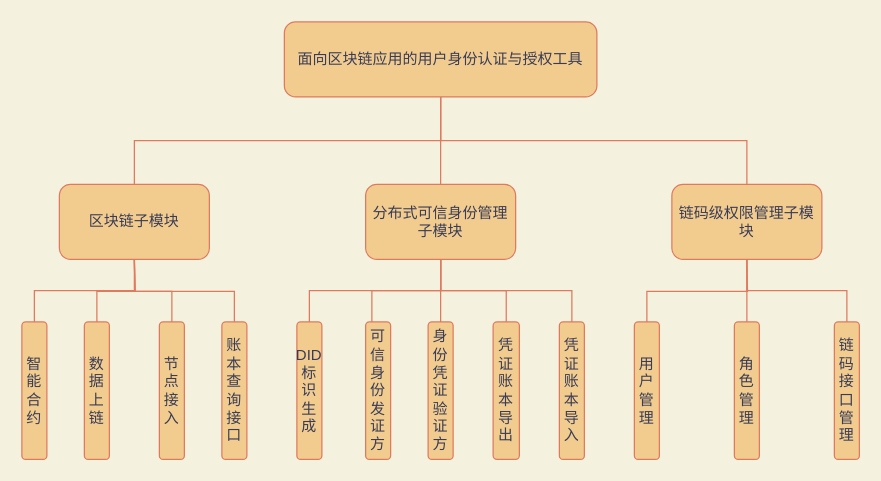
This is 系统模块图.drawio from doubleBeans/doubleBeans, a draw.io file, before an edit. Source tidied: cells renumbered, new cells numbered last; positions are measured from the earlier drawing's top-left corner, leaving out a move shared by most shapes. Both pictures are drawn from the tidied source at 125%, with x=0, y=0 at pixel (21, 21).
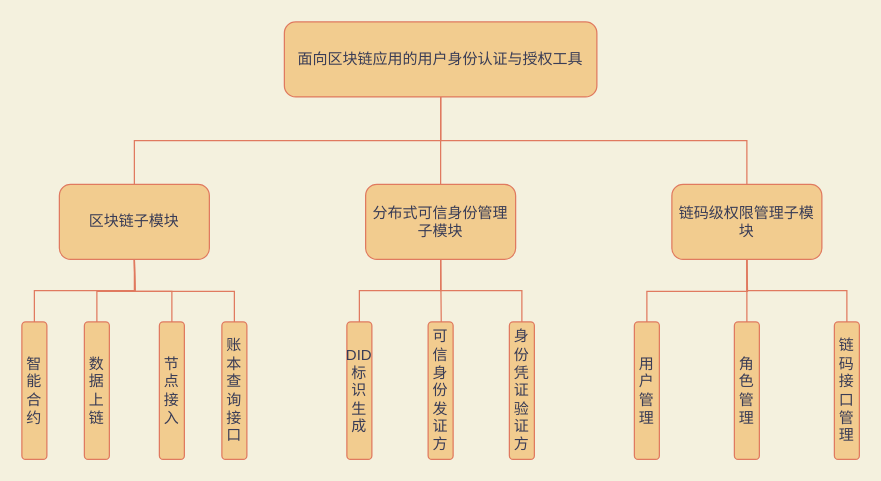
The same diagram, later.

Commit message:
Update 系统模块图.drawio

Unchanged cells that the change refers to:
```xml
<mxCell id="6" value="分布式可信身份管理子模块" style="rounded=1;whiteSpace=wrap;html=1;fillColor=#F2CC8F;strokeColor=#E07A5F;fontColor=#393C56;" parent="1" vertex="1">
  <mxGeometry x="275" y="130" width="120" height="60" as="geometry" />
</mxCell>
```

What changed in the source:
```diff
@@
     <mxCell id="18" value="DID标识生成" style="rounded=1;whiteSpace=wrap;html=1;fontFamily=Helvetica;imageWidth=24;imageHeight=24;fillColor=#F2CC8F;strokeColor=#E07A5F;fontColor=#393C56;" parent="1" vertex="1">
-      <mxGeometry x="220" y="240" width="20" height="110" as="geometry" />
+      <mxGeometry x="260" y="240" width="20" height="110" as="geometry" />
     </mxCell>
-    <mxCell id="19" style="edgeStyle=orthogonalEdgeStyle;rounded=0;jettySize=auto;html=1;exitX=0.25;exitY=0;exitDx=0;exitDy=0;fontFamily=Helvetica;endArrow=none;endFill=0;labelBackgroundColor=#F4F1DE;strokeColor=#E07A5F;fontColor=#393C56;" parent="1" edge="1" source="20" target="6">
-      <mxGeometry relative="1" as="geometry" />
+    <mxCell id="19" style="edgeStyle=orthogonalEdgeStyle;rounded=0;jettySize=auto;html=1;fontFamily=Helvetica;endArrow=none;endFill=0;labelBackgroundColor=#F4F1DE;strokeColor=#E07A5F;fontColor=#393C56;" parent="1" edge="1" target="6">
+      <mxGeometry relative="1" as="geometry">
+        <mxPoint x="335" y="290" as="sourcePoint" />
+      </mxGeometry>
     </mxCell>
     <mxCell id="20" value="可信身份发证方" style="rounded=1;whiteSpace=wrap;html=1;fontFamily=Helvetica;imageWidth=24;imageHeight=24;fillColor=#F2CC8F;strokeColor=#E07A5F;fontColor=#393C56;" parent="1" vertex="1">
-      <mxGeometry x="275" y="240" width="20" height="110" as="geometry" />
+      <mxGeometry x="325" y="240" width="20" height="110" as="geometry" />
     </mxCell>
@@
     <mxCell id="22" value="身份凭证验证方" style="rounded=1;whiteSpace=wrap;html=1;fontFamily=Helvetica;imageWidth=24;imageHeight=24;fillColor=#F2CC8F;strokeColor=#E07A5F;fontColor=#393C56;" parent="1" vertex="1">
-      <mxGeometry x="325" y="240" width="20" height="110" as="geometry" />
+      <mxGeometry x="390" y="240" width="20" height="110" as="geometry" />
     </mxCell>
-    <mxCell id="23" style="edgeStyle=orthogonalEdgeStyle;rounded=0;jettySize=auto;html=1;exitX=0.5;exitY=0;exitDx=0;exitDy=0;fontFamily=Helvetica;endArrow=none;endFill=0;labelBackgroundColor=#F4F1DE;strokeColor=#E07A5F;fontColor=#393C56;" parent="1" edge="1" source="24" target="6">
-      <mxGeometry relative="1" as="geometry" />
-    </mxCell>
-    <mxCell id="24" value="凭证账本导出" style="rounded=1;whiteSpace=wrap;html=1;fontFamily=Helvetica;imageWidth=24;imageHeight=24;fillColor=#F2CC8F;strokeColor=#E07A5F;fontColor=#393C56;" parent="1" vertex="1">
-      <mxGeometry x="377" y="240" width="21" height="110" as="geometry" />
-    </mxCell>
@@
-    <mxCell id="31" style="edgeStyle=orthogonalEdgeStyle;rounded=0;jettySize=auto;html=1;exitX=0.5;exitY=0;exitDx=0;exitDy=0;fontFamily=Helvetica;endArrow=none;endFill=0;labelBackgroundColor=#F4F1DE;strokeColor=#E07A5F;fontColor=#393C56;" parent="1" edge="1" source="32" target="6">
-      <mxGeometry relative="1" as="geometry" />
-    </mxCell>
-    <mxCell id="32" value="凭证账本导入" style="rounded=1;whiteSpace=wrap;html=1;fontFamily=Helvetica;imageWidth=24;imageHeight=24;fillColor=#F2CC8F;strokeColor=#E07A5F;fontColor=#393C56;" parent="1" vertex="1">
-      <mxGeometry x="430" y="240" width="20" height="110" as="geometry" />
-    </mxCell>
```
